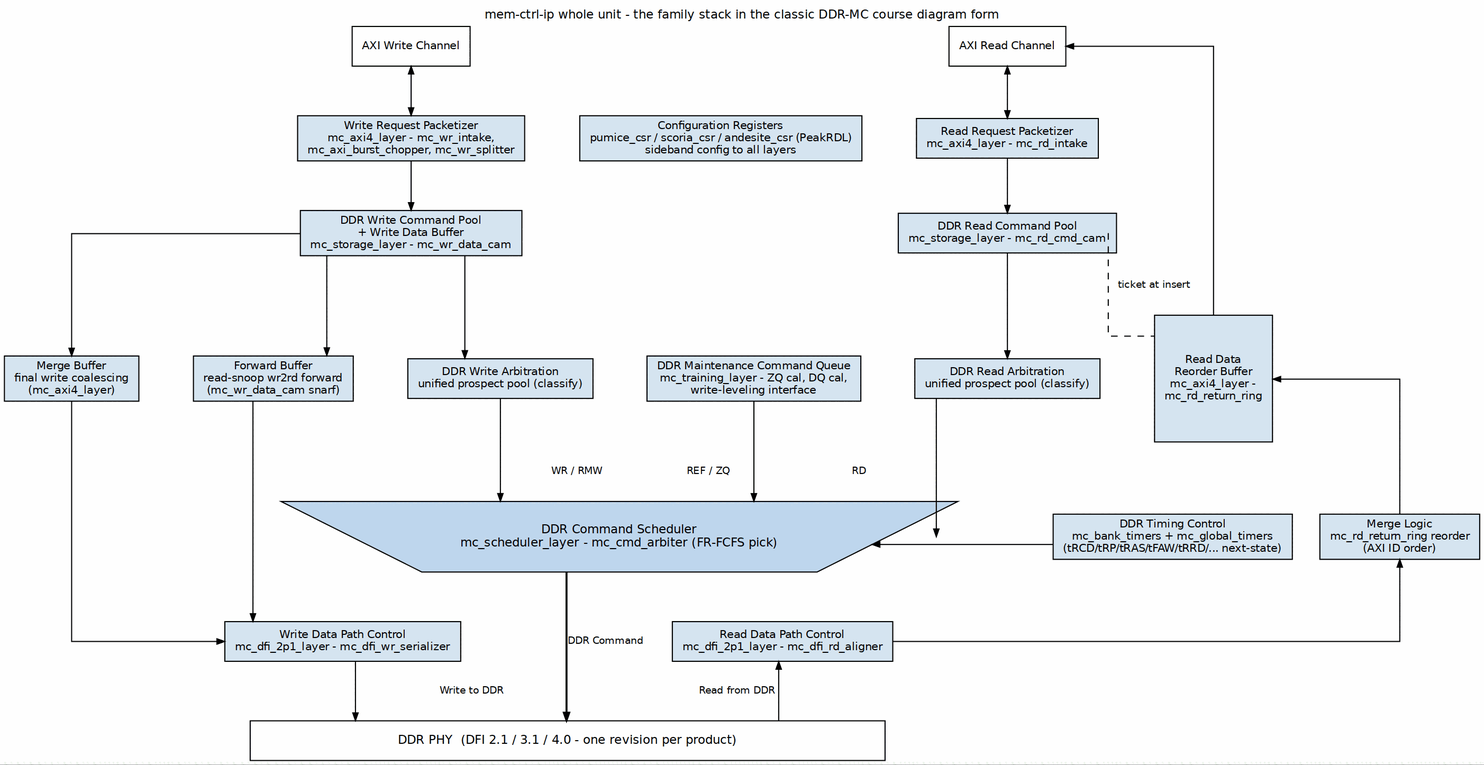
sean-galloway/RTLDesignSherpa keeps this Graphviz diagram as projects/components/mem-ctrl-ip/common-ip/docs/common_has/assets/graphviz/01_whole_unit.png. Above is the earlier version. Its source is kept beside it as projects/components/mem-ctrl-ip/common-ip/docs/common_has/assets/graphviz/01_whole_unit.dot. Source of this version:
```dot
digraph whole_unit {
    graph [rankdir=TB, bgcolor="white", fontname="Helvetica", fontsize=11,
           nodesep="0.35", ranksep="0.60", splines=ortho,
           label="mem-ctrl-ip whole unit - the family stack in the classic DDR-MC course diagram form",
           labelloc=t, labeljust=c];
    node  [fontname="Helvetica", fontsize=10, shape=box, style=filled,
           fillcolor="#D6E4F0", color="black", margin="0.12,0.06"];
    edge  [fontname="Helvetica", fontsize=9, color="black", arrowsize=0.7];

    axi_wr [label="AXI Write Channel", fillcolor="white"];
    axi_rd [label="AXI Read Channel",  fillcolor="white"];
    phy    [label="DDR PHY  (DFI 2.1 / 3.1 / 4.0 - one revision per product)",
            fillcolor="white", rank=sink, width=8.0, fontsize=11];

    wr_pkt [label="Write Request Packetizer\nmc_axi4_layer - mc_wr_intake,\nmc_axi_burst_chopper, mc_wr_splitter"];
    rd_pkt [label="Read Request Packetizer\nmc_axi4_layer - mc_rd_intake"];
    cfg    [label="Configuration Registers\npumice_csr / scoria_csr / andesite_csr (PeakRDL)\nsideband config to all layers"];

    wr_pool [label="DDR Write Command Pool\n+ Write Data Buffer\nmc_storage_layer - mc_wr_data_cam"];
    rd_pool [label="DDR Read Command Pool\nmc_storage_layer - mc_rd_cmd_cam"];
    merge_b [label="Merge Buffer\nfinal write coalescing\n(mc_axi4_layer)"];
    fwd_b   [label="Forward Buffer\nread-snoop wr2rd forward\n(mc_wr_data_cam snarf)"];

    maint [label="DDR Maintenance Command Queue\nmc_training_layer - ZQ cal, DQ cal,\nwrite-leveling interface"];

    wr_arb [label="DDR Write Arbitration\nunified prospect pool (classify)"];
    rd_arb [label="DDR Read Arbitration\nunified prospect pool (classify)"];
    sched  [label="DDR Command Scheduler\nmc_scheduler_layer - mc_cmd_arbiter (FR-FCFS pick)",
            shape=invtrapezium, width=5.2, fillcolor="#BFD7EE", fontsize=11];
    tctl   [label="DDR Timing Control\nmc_bank_timers + mc_global_timers\n(tRCD/tRP/tRAS/tFAW/tRRD/... next-state)"];

    mlog  [label="Merge Logic\nmc_rd_return_ring reorder\n(AXI ID order)"];
    wr_dp [label="Write Data Path Control\nmc_dfi_2p1_layer - mc_dfi_wr_serializer"];
    rd_dp [label="Read Data Path Control\nmc_dfi_2p1_layer - mc_dfi_rd_aligner"];

    rbuf [label="Read Data\nReorder Buffer\nmc_axi4_layer -\nmc_rd_return_ring",
          height=1.6];

    axi_wr -> wr_pkt [dir=both];
    axi_rd -> rd_pkt [dir=both];

    wr_pkt -> wr_pool;
    wr_pool -> wr_arb;
    wr_pool -> merge_b;
    wr_pool -> fwd_b;
    merge_b -> wr_dp;
    fwd_b   -> wr_dp;
    wr_arb -> sched [label="WR / RMW"];
    wr_dp -> phy [label="Write to DDR"];

    rd_pkt -> rd_pool;
    rd_pool -> rd_arb;
    rd_arb -> sched [label="RD"];
    rd_pool -> rbuf [style=dashed, arrowhead=none, label="ticket at insert", tailport=e];
    rd_dp -> phy [dir=back, label="Read from DDR"];
    mlog -> rd_dp [dir=back];
    rbuf -> mlog [dir=back];
    rbuf -> axi_rd [constraint=false];

    maint -> sched [label="REF / ZQ"];
    tctl -> sched [label="timer window"];

    sched -> phy [label="DDR Command", penwidth=1.8];

    { rank=same; axi_wr; axi_rd; }
    { rank=same; wr_pkt; cfg; rd_pkt; }
    wr_pkt -> cfg    [style=invis];
    cfg    -> rd_pkt [style=invis];
    { rank=same; wr_pool; rd_pool; }
    wr_pool -> rd_pool [style=invis];
    { rank=same; merge_b; fwd_b; wr_arb; maint; rd_arb; rbuf; }
    merge_b -> fwd_b  [style=invis];
    fwd_b   -> wr_arb [style=invis];
    wr_arb  -> maint  [style=invis];
    maint   -> rd_arb [style=invis];
    rd_arb  -> rbuf   [style=invis];
    { rank=same; sched; tctl; }
    sched -> tctl [style=invis];
    { rank=same; wr_dp; rd_dp; }
    wr_dp -> rd_dp [style=invis];
}
```
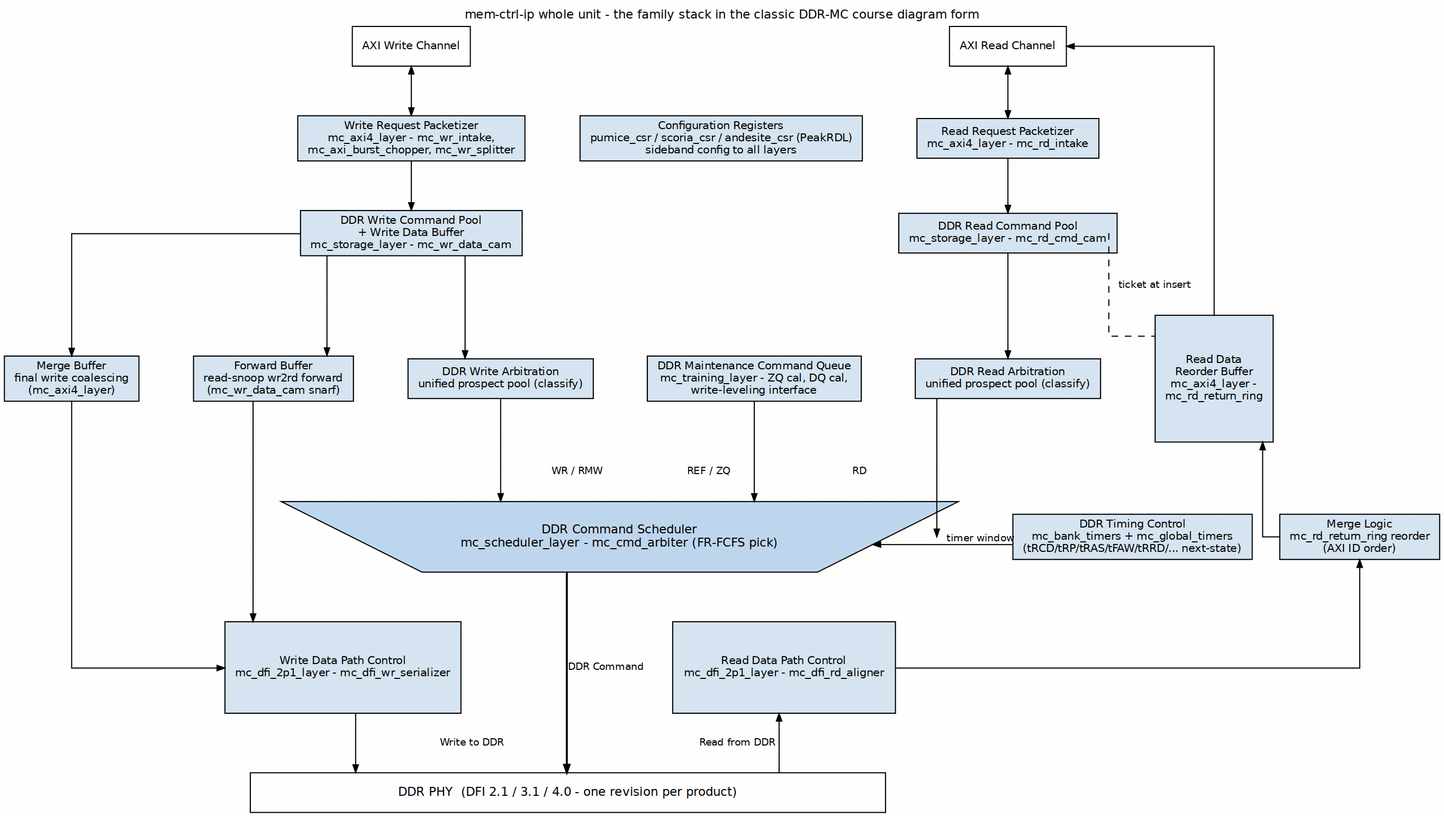
The same file after the commit.

Commit message:
docs(mem-ctrl): whole-unit - wider/taller DFI boxes, straight wr/rd paths, xlabel fix

Change to the diagram source:
```diff
@@ -30,8 +30,8 @@
     tctl   [label="DDR Timing Control\nmc_bank_timers + mc_global_timers\n(tRCD/tRP/tRAS/tFAW/tRRD/... next-state)"];
 
     mlog  [label="Merge Logic\nmc_rd_return_ring reorder\n(AXI ID order)"];
-    wr_dp [label="Write Data Path Control\nmc_dfi_2p1_layer - mc_dfi_wr_serializer"];
-    rd_dp [label="Read Data Path Control\nmc_dfi_2p1_layer - mc_dfi_rd_aligner"];
+    wr_dp [label="Write Data Path Control\nmc_dfi_2p1_layer - mc_dfi_wr_serializer", width=2.8, height=1.15];
+    rd_dp [label="Read Data Path Control\nmc_dfi_2p1_layer - mc_dfi_rd_aligner", width=2.8, height=1.15];
 
     rbuf [label="Read Data\nReorder Buffer\nmc_axi4_layer -\nmc_rd_return_ring",
           height=1.6];
@@ -58,7 +58,7 @@
     rbuf -> axi_rd [constraint=false];
 
     maint -> sched [label="REF / ZQ"];
-    tctl -> sched [label="timer window"];
+    tctl -> sched [xlabel="timer window"];
 
     sched -> phy [label="DDR Command", penwidth=1.8];
 
```
